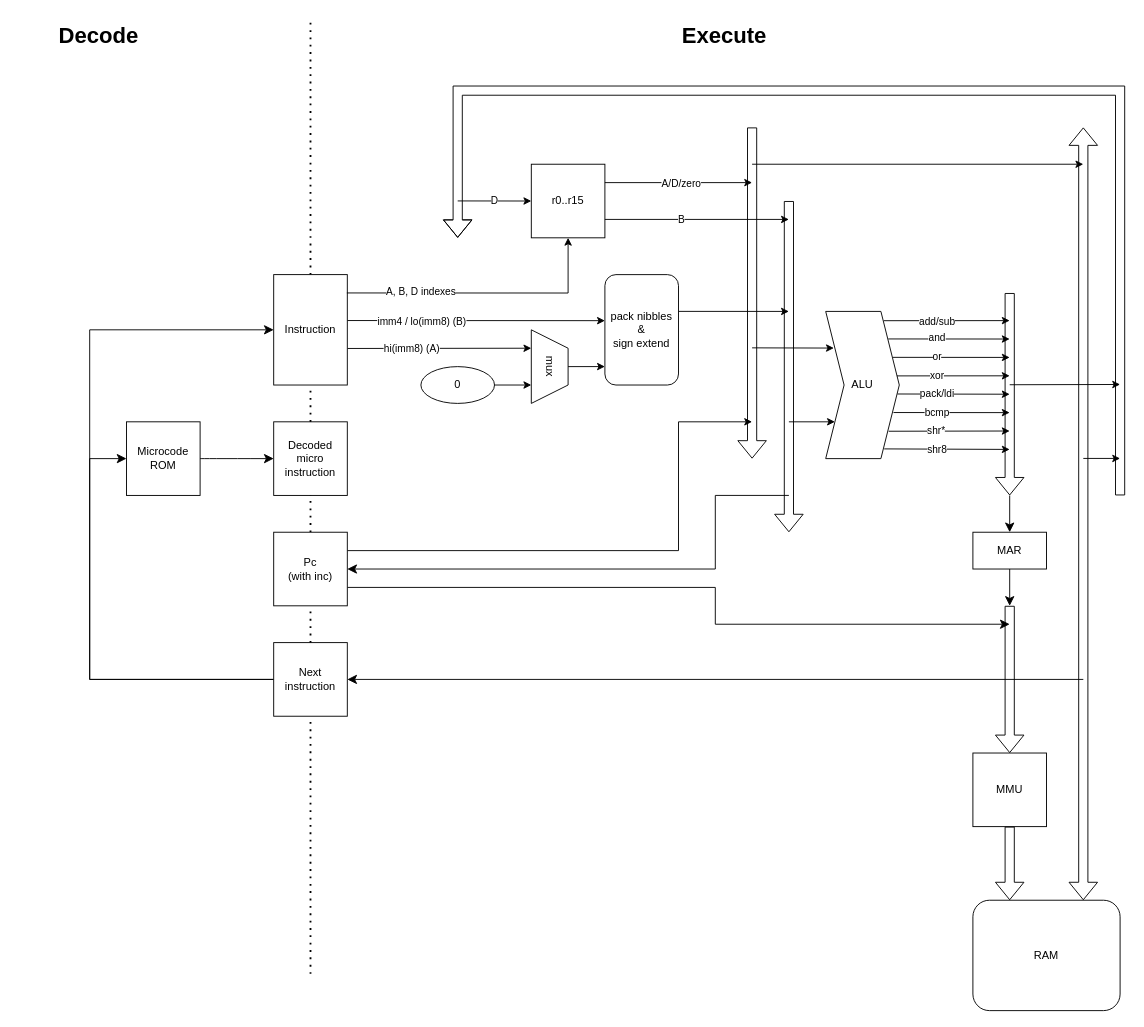
The draw.io diagram block diagram.drawio in bluecube/pickle_risc, before the edit. Source tidied: cells renumbered, new cells numbered last; positions are measured from the earlier drawing's top-left corner, leaving out a move shared by most shapes. Both pictures are drawn from the tidied source at 92%, with x=0, y=0 at pixel (16, 17).
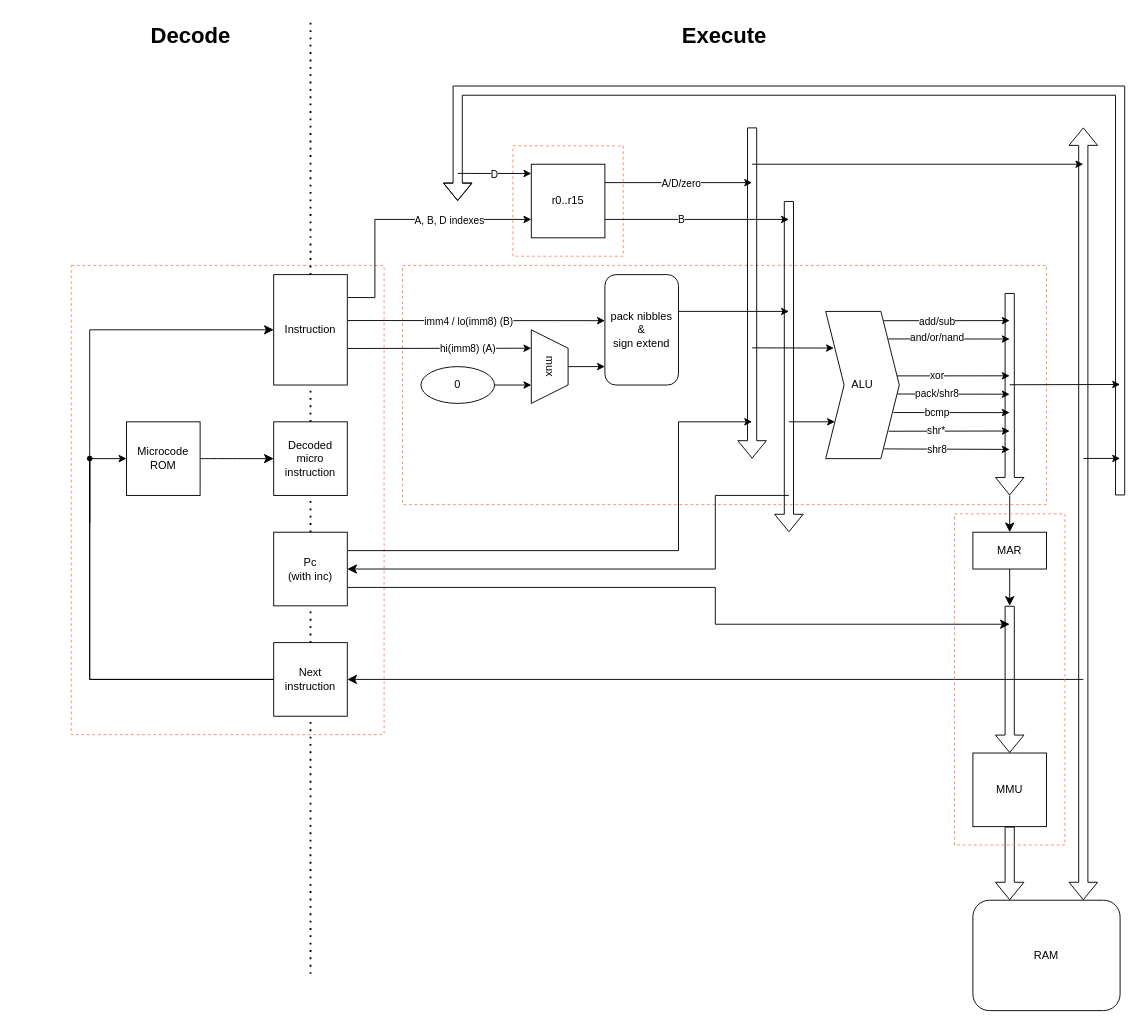
The same page after the edit.

Commit message:
Tweaking the block diagram

Now includes the split between physical boards

The change refers to these unchanged cells:
```xml
<mxCell id="2" value="&lt;div&gt;r0..r15&lt;/div&gt;" style="whiteSpace=wrap;html=1;" parent="1" vertex="1">
  <mxGeometry x="560" y="160" width="80" height="80" as="geometry" />
</mxCell>
<mxCell id="3" value="&lt;div&gt;ALU&lt;/div&gt;" style="shape=step;perimeter=stepPerimeter;whiteSpace=wrap;html=1;fixedSize=1;rotation=0;" parent="1" vertex="1">
  <mxGeometry x="880" y="320" width="80" height="160" as="geometry" />
</mxCell>
<mxCell id="4" style="endArrow=classic;html=1;rounded=0;exitX=1;exitY=0.416;exitDx=0;exitDy=0;entryX=0;entryY=0.417;entryDx=0;entryDy=0;entryPerimeter=0;exitPerimeter=0;" parent="1" edge="1" source="63" target="60">
  <mxGeometry relative="1" as="geometry" />
</mxCell>
<mxCell id="6" style="endArrow=classic;html=1;rounded=0;exitX=1.003;exitY=0.669;exitDx=0;exitDy=0;entryX=0.25;entryY=1;entryDx=0;entryDy=0;exitPerimeter=0;" parent="1" edge="1" source="63" target="56">
  <mxGeometry relative="1" as="geometry" />
</mxCell>
<mxCell id="23" style="endArrow=classic;html=1;rounded=0;exitX=0.85;exitY=0.187;exitDx=0;exitDy=0;exitPerimeter=0;" parent="1" edge="1" source="3">
  <mxGeometry relative="1" as="geometry">
    <mxPoint x="1080" y="350" as="targetPoint" />
  </mxGeometry>
</mxCell>
<mxCell id="29" style="endArrow=classic;html=1;rounded=0;exitX=0.975;exitY=0.561;exitDx=0;exitDy=0;exitPerimeter=0;" parent="1" edge="1" source="3">
  <mxGeometry relative="1" as="geometry">
    <mxPoint x="1080" y="410" as="targetPoint" />
  </mxGeometry>
</mxCell>
<mxCell id="41" value="Microcode&lt;br&gt;ROM" style="rounded=0;whiteSpace=wrap;html=1;" parent="1" vertex="1">
  <mxGeometry x="120" y="440" width="80" height="80" as="geometry" />
</mxCell>
<mxCell id="63" value="Instruction" style="rounded=0;whiteSpace=wrap;html=1;" parent="1" vertex="1">
  <mxGeometry x="280" y="280" width="80" height="120" as="geometry" />
</mxCell>
<mxCell id="68" value="&lt;div&gt;Next instruction&lt;/div&gt;" style="rounded=0;whiteSpace=wrap;html=1;" parent="1" vertex="1">
  <mxGeometry x="280" y="680" width="80" height="80" as="geometry" />
</mxCell>
```

Change to the diagram source:
```diff
@@
+    <mxCell id="73" style="rounded=0;whiteSpace=wrap;html=1;fillColor=none;dashed=1;strokeColor=#FF8A67;" parent="1" vertex="1">
+      <mxGeometry x="60" y="270" width="340" height="510" as="geometry" />
+    </mxCell>
+    <mxCell id="74" style="rounded=0;whiteSpace=wrap;html=1;fillColor=none;dashed=1;strokeColor=#FF8A67;" parent="1" vertex="1">
+      <mxGeometry x="420" y="270" width="700" height="260" as="geometry" />
+    </mxCell>
+    <mxCell id="75" style="rounded=0;whiteSpace=wrap;html=1;fillColor=none;dashed=1;strokeColor=#FF8A67;" parent="1" vertex="1">
+      <mxGeometry x="540" y="140" width="120" height="120" as="geometry" />
+    </mxCell>
@@
     <mxCell id="5" value="&lt;div&gt;imm4 / lo(imm8) (B)&lt;/div&gt;" style="edgeLabel;html=1;align=center;verticalAlign=middle;" parent="4" vertex="1">
       <mxGeometry x="0.07" y="1" relative="1" as="geometry">
-        <mxPoint x="-70" y="2" as="offset" />
+        <mxPoint x="-19" y="2" as="offset" />
       </mxGeometry>
     </mxCell>
@@
     <mxCell id="7" value="hi(imm8) (A)" style="edgeLabel;html=1;align=center;verticalAlign=middle;" parent="6" vertex="1">
       <mxGeometry x="0.07" y="1" relative="1" as="geometry">
-        <mxPoint x="-38" y="1" as="offset" />
+        <mxPoint x="23" y="1" as="offset" />
       </mxGeometry>
     </mxCell>
@@
     <mxCell id="15" style="shape=flexArrow;endArrow=classic;html=1;rounded=0;" parent="1" edge="1">
       <mxGeometry relative="1" as="geometry">
         <mxPoint x="1200" y="520" as="sourcePoint" />
-        <mxPoint x="480" y="240" as="targetPoint" />
+        <mxPoint x="480" y="200" as="targetPoint" />
         <Array as="points">
           <mxPoint x="1200" y="80" />
           <mxPoint x="480" y="80" />
         </Array>
       </mxGeometry>
     </mxCell>
     <mxCell id="16" style="endArrow=classic;html=1;rounded=0;" parent="1" edge="1">
       <mxGeometry relative="1" as="geometry">
-        <mxPoint x="480" y="199.9" as="sourcePoint" />
-        <mxPoint x="560" y="200" as="targetPoint" />
+        <mxPoint x="480" y="170" as="sourcePoint" />
+        <mxPoint x="560" y="170.1" as="targetPoint" />
       </mxGeometry>
     </mxCell>
@@
-    <mxCell id="24" value="and" style="edgeLabel;html=1;align=center;verticalAlign=middle;" parent="23" vertex="1">
+    <mxCell id="24" value="and/or/nand" style="edgeLabel;html=1;align=center;verticalAlign=middle;" parent="23" vertex="1">
       <mxGeometry x="0.07" y="1" relative="1" as="geometry">
         <mxPoint x="-19" as="offset" />
       </mxGeometry>
     </mxCell>
-    <mxCell id="25" style="endArrow=classic;html=1;rounded=0;exitX=0.913;exitY=0.312;exitDx=0;exitDy=0;exitPerimeter=0;" parent="1" edge="1" source="3">
-      <mxGeometry relative="1" as="geometry">
-        <mxPoint x="1080" y="370" as="targetPoint" />
-      </mxGeometry>
-    </mxCell>
-    <mxCell id="26" value="or" style="edgeLabel;html=1;align=center;verticalAlign=middle;" parent="25" vertex="1">
-      <mxGeometry x="0.07" y="1" relative="1" as="geometry">
-        <mxPoint x="-21" as="offset" />
-      </mxGeometry>
-    </mxCell>
@@
-    <mxCell id="30" value="pack/ldi" style="edgeLabel;html=1;align=center;verticalAlign=middle;" parent="29" vertex="1">
+    <mxCell id="30" value="pack/shr8" style="edgeLabel;html=1;align=center;verticalAlign=middle;" parent="29" vertex="1">
       <mxGeometry x="0.07" y="1" relative="1" as="geometry">
         <mxPoint x="-23" y="1" as="offset" />
       </mxGeometry>
     </mxCell>
@@
-    <mxCell id="43" style="edgeStyle=none;curved=0;rounded=0;jettySize=auto;html=1;entryX=0;entryY=0.5;entryDx=0;entryDy=0;fontSize=12;startSize=8;endSize=8;exitX=0;exitY=0.5;exitDx=0;exitDy=0;" parent="1" edge="1" source="68" target="41">
+    <mxCell id="43" style="edgeStyle=none;curved=0;rounded=0;jettySize=auto;html=1;fontSize=12;startSize=8;endSize=8;exitX=0;exitY=0.5;exitDx=0;exitDy=0;entryX=0.75;entryY=1.05;entryDx=0;entryDy=0;entryPerimeter=0;endArrow=none;startFill=0;" parent="1" edge="1" source="68" target="76">
       <mxGeometry relative="1" as="geometry">
         <Array as="points">
           <mxPoint x="80" y="720" />
           <mxPoint x="80" y="480" />
+          <mxPoint x="80" y="550" />
         </Array>
       </mxGeometry>
     </mxCell>
@@
     <mxCell id="47" value="&lt;h1 align=&quot;center&quot; style=&quot;margin-top: 0px;&quot;&gt;Decode&lt;/h1&gt;" style="text;html=1;whiteSpace=wrap;overflow=hidden;rounded=0;fontFamily=Helvetica;fontSize=12;fontColor=default;labelBackgroundColor=default;align=center;" parent="1" vertex="1">
-      <mxGeometry width="180" height="40" as="geometry" />
+      <mxGeometry x="100" width="180" height="40" as="geometry" />
     </mxCell>
@@
-    <mxCell id="69" style="endArrow=classic;html=1;rounded=0;entryX=0.5;entryY=1;entryDx=0;entryDy=0;exitX=0.994;exitY=0.166;exitDx=0;exitDy=0;exitPerimeter=0;" parent="1" edge="1" source="63" target="2">
+    <mxCell id="69" style="endArrow=classic;html=1;rounded=0;exitX=1.009;exitY=0.207;exitDx=0;exitDy=0;entryX=0;entryY=0.75;entryDx=0;entryDy=0;exitPerimeter=0;" parent="1" edge="1" source="63" target="2">
       <mxGeometry relative="1" as="geometry">
         <Array as="points">
-          <mxPoint x="600" y="300" />
+          <mxPoint x="390" y="305" />
+          <mxPoint x="390" y="220" />
         </Array>
       </mxGeometry>
     </mxCell>
     <mxCell id="70" value="&lt;div&gt;A, B, D indexes&lt;/div&gt;" style="edgeLabel;html=1;align=center;verticalAlign=middle;" parent="69" vertex="1">
       <mxGeometry x="-0.41" y="1" relative="1" as="geometry">
-        <mxPoint x="-9" as="offset" />
+        <mxPoint x="81" y="-30" as="offset" />
       </mxGeometry>
     </mxCell>
@@
+    <mxCell id="76" style="shape=waypoint;sketch=0;fillStyle=solid;size=6;points=[];fillColor=none;perimeter=centerPerimeter;snapToPoint=1;" parent="1" vertex="1">
+      <mxGeometry x="70" y="470" width="20" height="20" as="geometry" />
+    </mxCell>
+    <mxCell id="77" style="endArrow=classic;html=1;rounded=0;exitX=0.5;exitY=0.85;exitDx=0;exitDy=0;exitPerimeter=0;entryX=0;entryY=0.5;entryDx=0;entryDy=0;" parent="1" edge="1" source="76" target="41">
+      <mxGeometry relative="1" as="geometry" />
+    </mxCell>
+    <mxCell id="78" style="rounded=0;whiteSpace=wrap;html=1;fillColor=none;dashed=1;strokeColor=#FF8A67;" parent="1" vertex="1">
+      <mxGeometry x="1020" y="540" width="120" height="360" as="geometry" />
+    </mxCell>
```
